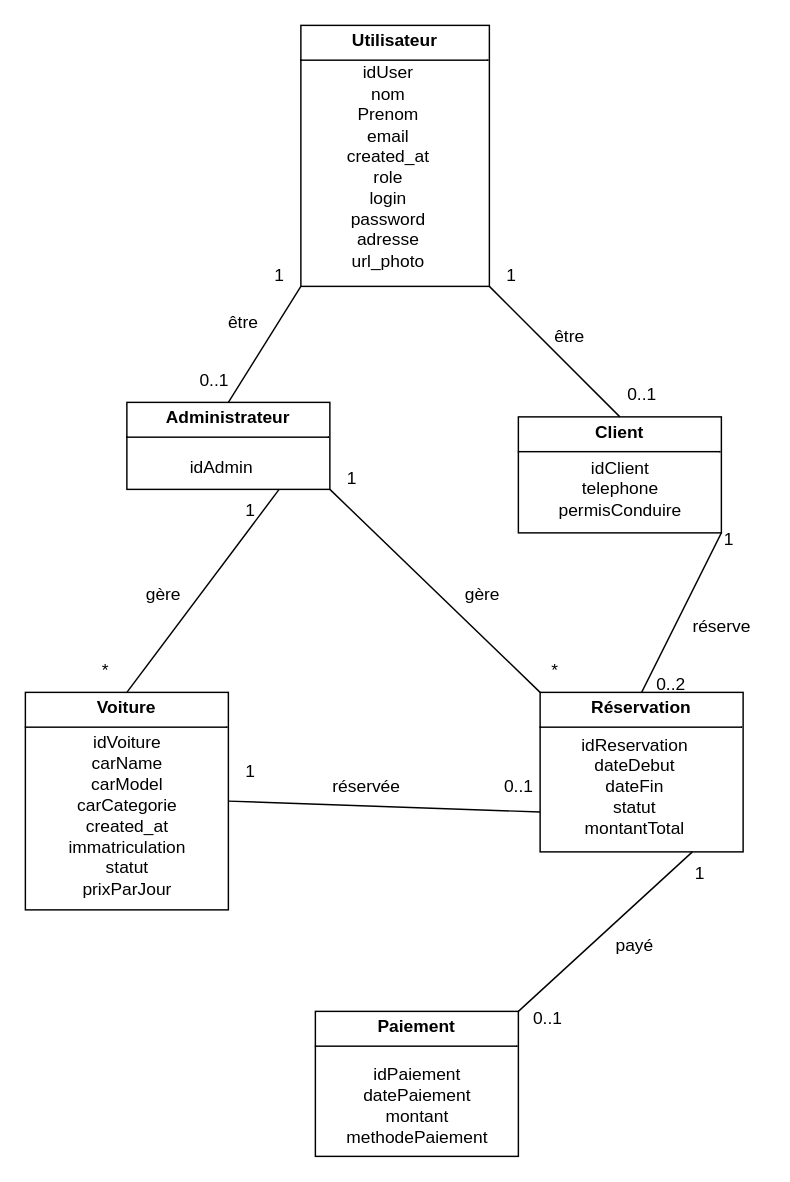
Marcel-Fassou-28/rentcar_project keeps this draw.io diagram as conception/db-model.drawio. Above is the earlier version. Source tidied: cells renumbered, new cells numbered last; positions are measured from the earlier drawing's top-left corner, leaving out a move shared by most shapes. Both pictures are drawn from the tidied source at 145%, with x=0, y=0 at pixel (25, 25).
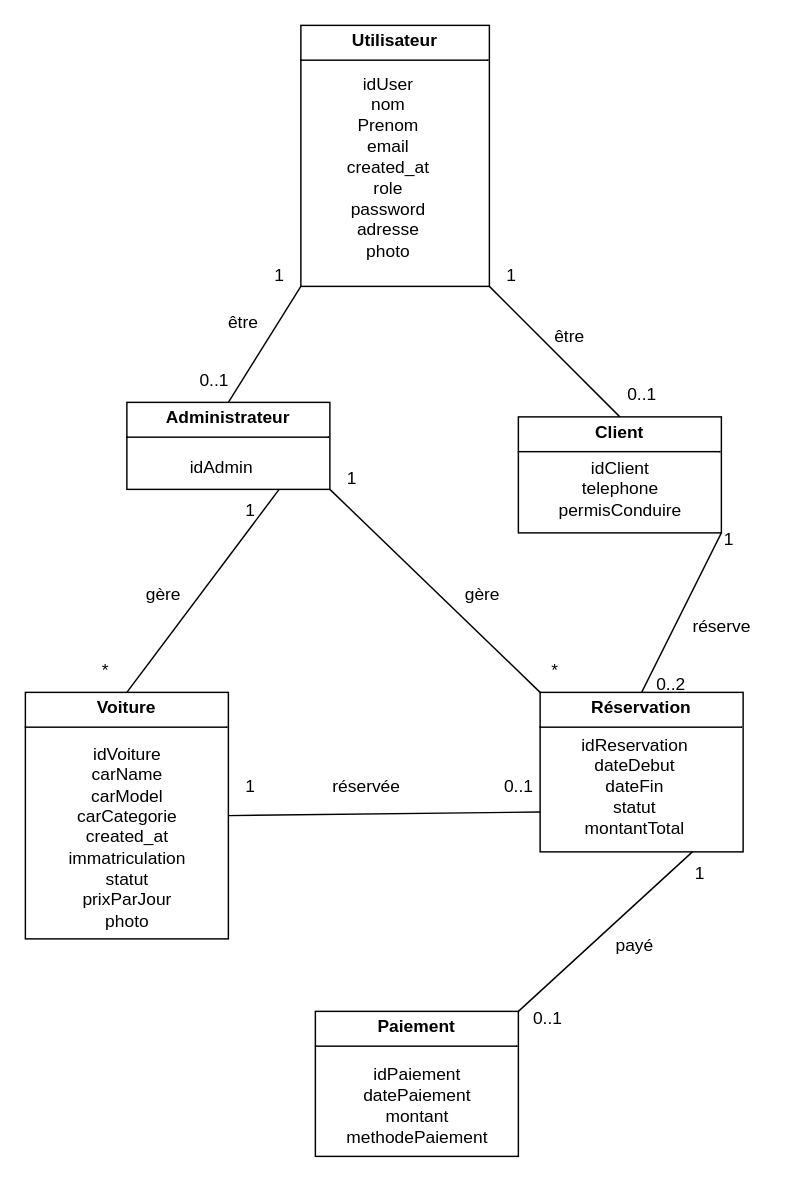
The same page after the edit.

Change to the diagram source:
```diff
@@
     <mxCell id="5" value="&lt;p style=&quot;margin:0px;margin-top:4px;text-align:center;&quot;&gt;&lt;b&gt;Voiture&lt;/b&gt;&lt;/p&gt;&lt;hr size=&quot;1&quot; style=&quot;border-style:solid;&quot;&gt;&lt;div style=&quot;height:2px;&quot;&gt;&lt;/div&gt;" style="verticalAlign=top;align=left;overflow=fill;html=1;whiteSpace=wrap;" parent="1" vertex="1">
-      <mxGeometry y="460" width="140" height="150" as="geometry" />
+      <mxGeometry y="460" width="140" height="170" as="geometry" />
     </mxCell>
@@
-    <mxCell id="8" value="idUser&lt;div&gt;nom&lt;/div&gt;&lt;div&gt;Prenom&lt;/div&gt;&lt;div&gt;email&lt;/div&gt;&lt;div&gt;created_at&lt;/div&gt;&lt;div&gt;role&lt;/div&gt;&lt;div&gt;login&lt;/div&gt;&lt;div&gt;password&lt;/div&gt;&lt;div&gt;adresse&lt;/div&gt;&lt;div&gt;url_photo&lt;/div&gt;&lt;div&gt;&lt;br&gt;&lt;/div&gt;" style="text;html=1;align=center;verticalAlign=middle;strokeColor=none;fillColor=none;" parent="1" vertex="1">
-      <mxGeometry x="210" y="20" width="80" height="170" as="geometry" />
+    <mxCell id="8" value="idUser&lt;div&gt;nom&lt;/div&gt;&lt;div&gt;Prenom&lt;/div&gt;&lt;div&gt;email&lt;/div&gt;&lt;div&gt;created_at&lt;/div&gt;&lt;div&gt;role&lt;/div&gt;&lt;div&gt;password&lt;/div&gt;&lt;div&gt;adresse&lt;/div&gt;&lt;div&gt;photo&lt;/div&gt;&lt;div&gt;&lt;br&gt;&lt;/div&gt;" style="text;html=1;align=center;verticalAlign=middle;strokeColor=none;fillColor=none;" parent="1" vertex="1">
+      <mxGeometry x="210" y="25" width="80" height="160" as="geometry" />
     </mxCell>
-    <mxCell id="9" value="&lt;div&gt;idVoiture&lt;/div&gt;carName&lt;div&gt;carModel&lt;/div&gt;&lt;div&gt;carCategorie&lt;/div&gt;&lt;div&gt;created_at&lt;/div&gt;&lt;div&gt;immatriculation&lt;/div&gt;&lt;div&gt;statut&lt;/div&gt;&lt;div&gt;prixParJour&lt;/div&gt;" style="text;html=1;align=center;verticalAlign=middle;strokeColor=none;fillColor=none;" parent="1" vertex="1">
-      <mxGeometry x="20" y="480" width="100" height="130" as="geometry" />
+    <mxCell id="9" value="&lt;div&gt;idVoiture&lt;/div&gt;carName&lt;div&gt;carModel&lt;/div&gt;&lt;div&gt;carCategorie&lt;/div&gt;&lt;div&gt;created_at&lt;/div&gt;&lt;div&gt;immatriculation&lt;/div&gt;&lt;div&gt;statut&lt;/div&gt;&lt;div&gt;prixParJour&lt;/div&gt;&lt;div&gt;photo&lt;/div&gt;" style="text;html=1;align=center;verticalAlign=middle;strokeColor=none;fillColor=none;" parent="1" vertex="1">
+      <mxGeometry x="20" y="490" width="100" height="140" as="geometry" />
     </mxCell>
@@
     <mxCell id="30" value="1" style="text;html=1;align=center;verticalAlign=middle;strokeColor=none;fillColor=none;" parent="1" vertex="1">
-      <mxGeometry x="140" y="500" width="30" height="30" as="geometry" />
+      <mxGeometry x="140" y="510" width="30" height="30" as="geometry" />
     </mxCell>
```
